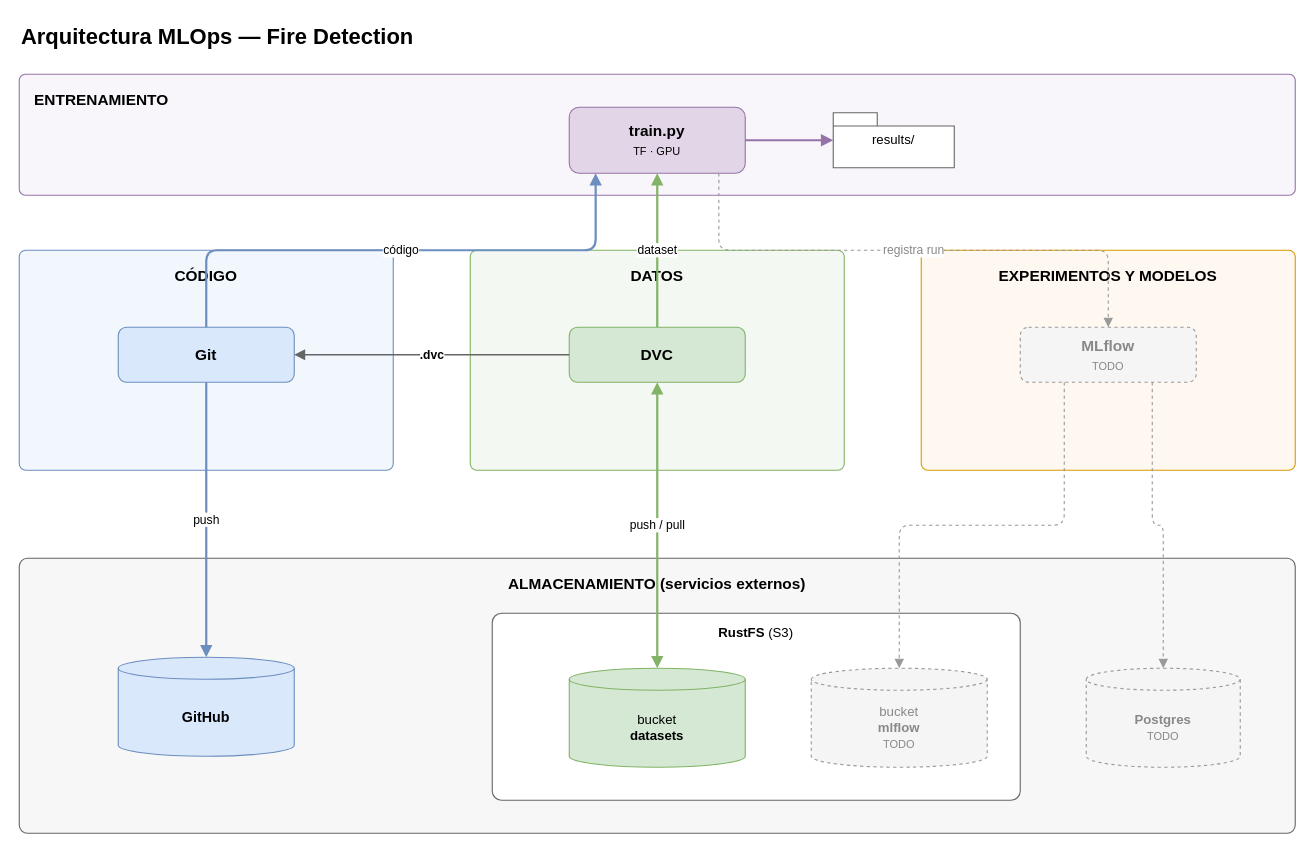
Above: docs/mlops_architecture.drawio in jcampom01/fire-detection (draw.io), before the change. Source tidied: cells renumbered, new cells numbered last; positions are measured from the earlier drawing's top-left corner, leaving out a move shared by most shapes. Both pictures are drawn from the tidied source at 110%, with x=0, y=0 at pixel (19, 19).
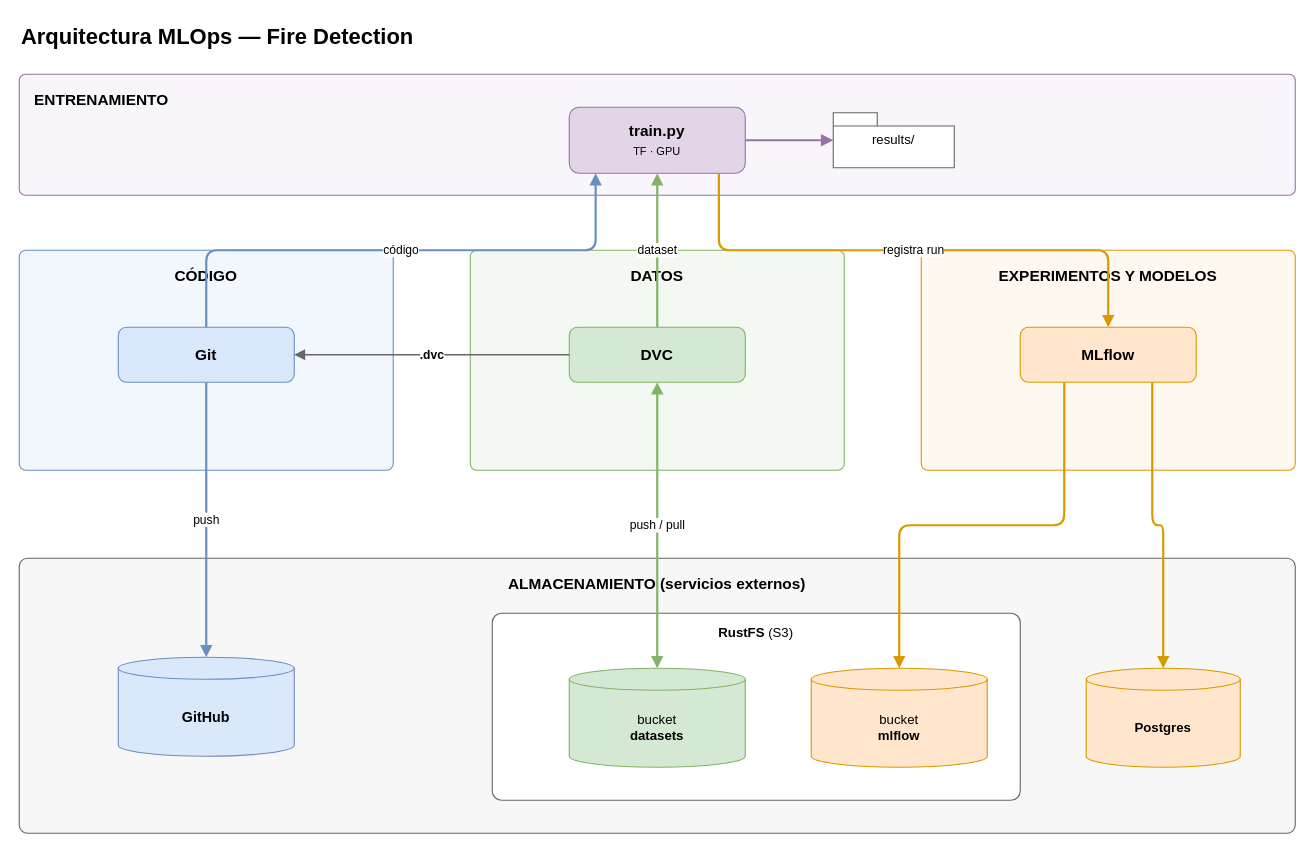
After the change.

Commit message (it also covers changes not shown here):
Docs: update training and MLOps documentation to reflect MLflow integration and model tracking details

Unchanged cells that the change refers to:
```xml
<mxCell id="4" value="&lt;b&gt;train.py&lt;/b&gt;&lt;br&gt;&lt;font style=&quot;font-size:10px&quot;&gt;TF · GPU&lt;/font&gt;" style="rounded=1;whiteSpace=wrap;html=1;fillColor=#e1d5e7;strokeColor=#9673a6;fontSize=14;" parent="1" vertex="1">
  <mxGeometry x="500" y="80" width="160" height="60" as="geometry" />
</mxCell>
```

Change to the diagram source:
```diff
@@
-    <mxCell id="11" value="&lt;b&gt;MLflow&lt;/b&gt;&lt;br&gt;&lt;font style=&quot;font-size:10px&quot;&gt;TODO&lt;/font&gt;" style="rounded=1;whiteSpace=wrap;html=1;fillColor=#f5f5f5;strokeColor=#999999;fontColor=#888888;dashed=1;fontSize=14;" parent="1" vertex="1">
+    <mxCell id="11" value="&lt;b&gt;MLflow&lt;/b&gt;" style="rounded=1;whiteSpace=wrap;html=1;fillColor=#ffe6cc;strokeColor=#d79b00;fontSize=14;" parent="1" vertex="1">
       <mxGeometry x="910" y="280" width="160" height="50" as="geometry" />
     </mxCell>
@@
-    <mxCell id="16" value="bucket&lt;br&gt;&lt;b&gt;mlflow&lt;/b&gt;&lt;br&gt;&lt;font style=&quot;font-size:10px&quot;&gt;TODO&lt;/font&gt;" style="shape=cylinder3;whiteSpace=wrap;html=1;boundedLbl=1;backgroundOutline=1;size=10;fillColor=#f5f5f5;strokeColor=#999999;fontColor=#888888;dashed=1;fontSize=12;" parent="1" vertex="1">
+    <mxCell id="16" value="bucket&lt;br&gt;&lt;b&gt;mlflow&lt;/b&gt;" style="shape=cylinder3;whiteSpace=wrap;html=1;boundedLbl=1;backgroundOutline=1;size=10;fillColor=#ffe6cc;strokeColor=#d79b00;fontSize=12;" parent="1" vertex="1">
       <mxGeometry x="720" y="590" width="160" height="90" as="geometry" />
     </mxCell>
-    <mxCell id="17" value="&lt;b&gt;Postgres&lt;/b&gt;&lt;br&gt;&lt;font style=&quot;font-size:10px&quot;&gt;TODO&lt;/font&gt;" style="shape=cylinder3;whiteSpace=wrap;html=1;boundedLbl=1;backgroundOutline=1;size=10;fillColor=#f5f5f5;strokeColor=#999999;fontColor=#888888;dashed=1;fontSize=12;" parent="1" vertex="1">
+    <mxCell id="17" value="&lt;b&gt;Postgres&lt;/b&gt;" style="shape=cylinder3;whiteSpace=wrap;html=1;boundedLbl=1;backgroundOutline=1;size=10;fillColor=#ffe6cc;strokeColor=#d79b00;fontSize=12;" parent="1" vertex="1">
       <mxGeometry x="970" y="590" width="140" height="90" as="geometry" />
     </mxCell>
@@
-    <mxCell id="20" value="registra run" style="edgeStyle=orthogonalEdgeStyle;rounded=1;html=1;endArrow=block;endFill=1;strokeColor=#999999;dashed=1;fontSize=11;fontColor=#888888;labelBackgroundColor=#ffffff;exitX=0.85;exitY=1;entryX=0.5;entryY=0;" parent="1" edge="1" source="4" target="11">
+    <mxCell id="20" value="registra run" style="edgeStyle=orthogonalEdgeStyle;rounded=1;html=1;endArrow=block;endFill=1;strokeColor=#d79b00;strokeWidth=2;fontSize=11;labelBackgroundColor=#ffffff;exitX=0.85;exitY=1;entryX=0.5;entryY=0;" parent="1" edge="1" source="4" target="11">
       <mxGeometry relative="1" as="geometry" />
     </mxCell>
@@
-    <mxCell id="25" style="edgeStyle=orthogonalEdgeStyle;rounded=1;html=1;endArrow=block;endFill=1;strokeColor=#999999;dashed=1;exitX=0.25;exitY=1;entryX=0.5;entryY=0;" parent="1" edge="1" source="11" target="16">
+    <mxCell id="25" style="edgeStyle=orthogonalEdgeStyle;rounded=1;html=1;endArrow=block;endFill=1;strokeColor=#d79b00;strokeWidth=2;exitX=0.25;exitY=1;entryX=0.5;entryY=0;" parent="1" edge="1" source="11" target="16">
       <mxGeometry relative="1" as="geometry" />
     </mxCell>
-    <mxCell id="26" style="edgeStyle=orthogonalEdgeStyle;rounded=1;html=1;endArrow=block;endFill=1;strokeColor=#999999;dashed=1;exitX=0.75;exitY=1;entryX=0.5;entryY=0;" parent="1" edge="1" source="11" target="17">
+    <mxCell id="26" style="edgeStyle=orthogonalEdgeStyle;rounded=1;html=1;endArrow=block;endFill=1;strokeColor=#d79b00;strokeWidth=2;exitX=0.75;exitY=1;entryX=0.5;entryY=0;" parent="1" edge="1" source="11" target="17">
       <mxGeometry relative="1" as="geometry" />
     </mxCell>
```
